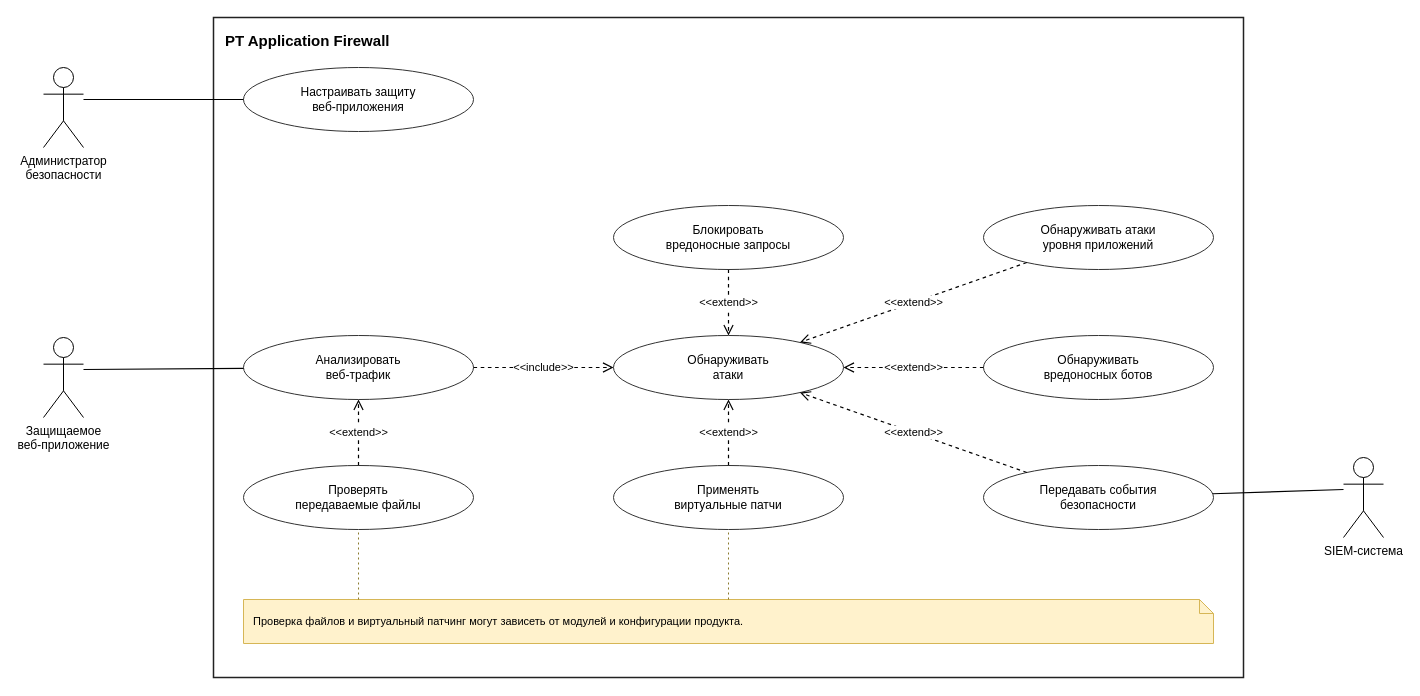
Earlier version of the draw.io diagram page "1 — PT Application Firewall" (1 of 3) of lab3/diagram.drawio (hikaru-kl/software-design-project-firewall). Source tidied: cells renumbered, new cells numbered last; positions are measured from the earlier drawing's top-left corner, leaving out a move shared by most shapes. Both pictures are drawn from the tidied source at 100%, with x=0, y=0 at pixel (43, 17).
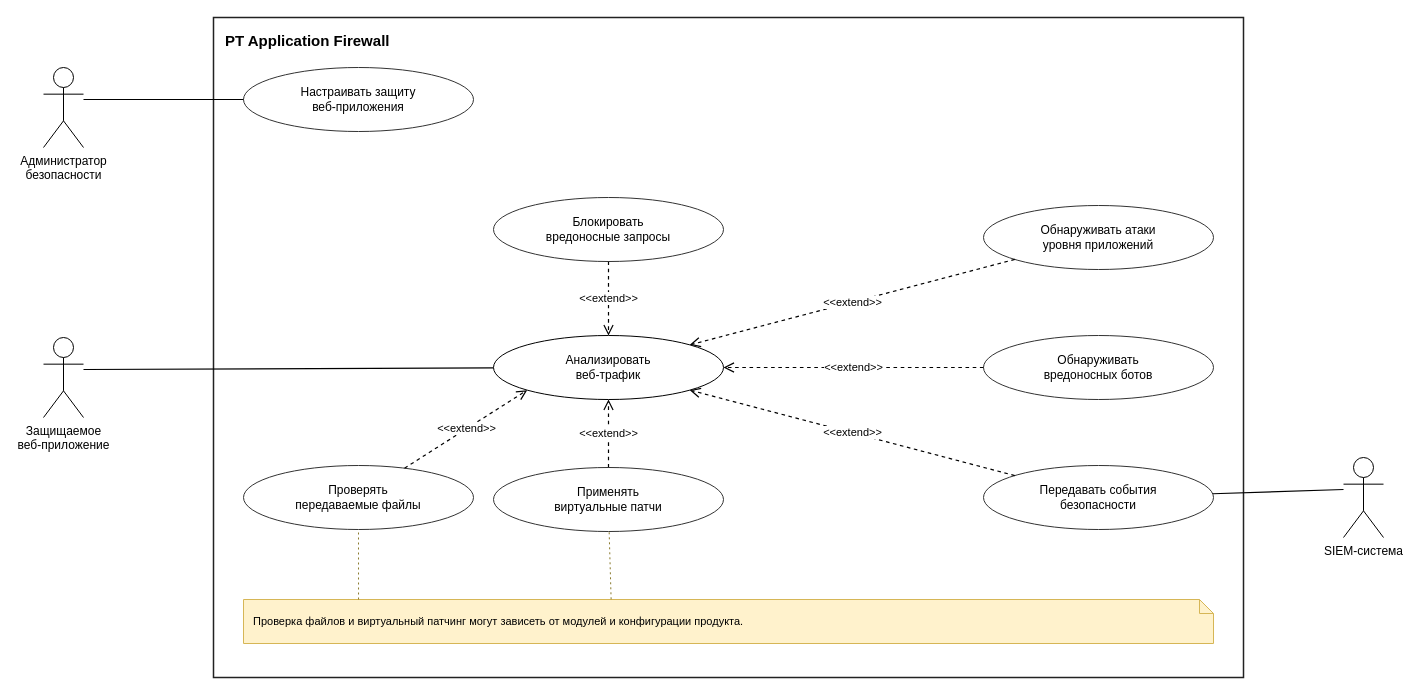
The same diagram, later.

The change refers to these unchanged cells:
```xml
<mxCell id="8" value="Обнаруживать атаки&lt;br&gt;уровня приложений" style="ellipse;whiteSpace=wrap;html=1;fillColor=#ffffff;strokeColor=#333333;fontSize=12;align=center;spacingLeft=8;spacingRight=8;" parent="1" vertex="1">
  <mxGeometry x="940" y="188" width="230" height="64" as="geometry" />
</mxCell>
<mxCell id="11" value="Обнаруживать&lt;br&gt;вредоносных ботов" style="ellipse;whiteSpace=wrap;html=1;fillColor=#ffffff;strokeColor=#333333;fontSize=12;align=center;spacingLeft=8;spacingRight=8;" parent="1" vertex="1">
  <mxGeometry x="940" y="318" width="230" height="64" as="geometry" />
</mxCell>
<mxCell id="12" value="Проверять&lt;br&gt;передаваемые файлы" style="ellipse;whiteSpace=wrap;html=1;fillColor=#ffffff;strokeColor=#333333;fontSize=12;align=center;spacingLeft=8;spacingRight=8;" parent="1" vertex="1">
  <mxGeometry x="200" y="448" width="230" height="64" as="geometry" />
</mxCell>
<mxCell id="14" value="Передавать события&lt;br&gt;безопасности" style="ellipse;whiteSpace=wrap;html=1;fillColor=#ffffff;strokeColor=#333333;fontSize=12;align=center;spacingLeft=8;spacingRight=8;" parent="1" vertex="1">
  <mxGeometry x="940" y="448" width="230" height="64" as="geometry" />
</mxCell>
<mxCell id="15" value="Проверка файлов и виртуальный патчинг могут зависеть от модулей и конфигурации продукта." style="shape=note;whiteSpace=wrap;html=1;size=14;fillColor=#fff2cc;strokeColor=#d6b656;fontSize=11;align=left;spacingLeft=8;spacingRight=8;" parent="1" vertex="1">
  <mxGeometry x="200" y="582" width="970" height="44" as="geometry" />
</mxCell>
```

Diff of the diagram source:
```diff
@@
     <mxCell id="7" value="Блокировать&lt;br&gt;вредоносные запросы" style="ellipse;whiteSpace=wrap;html=1;fillColor=#ffffff;strokeColor=#333333;fontSize=12;align=center;spacingLeft=8;spacingRight=8;" parent="1" vertex="1">
-      <mxGeometry x="570" y="188" width="230" height="64" as="geometry" />
+      <mxGeometry x="450" y="180" width="230" height="64" as="geometry" />
     </mxCell>
@@
-    <mxCell id="9" value="Анализировать&lt;br&gt;веб-трафик" style="ellipse;whiteSpace=wrap;html=1;fillColor=#ffffff;strokeColor=#333333;fontSize=12;align=center;spacingLeft=8;spacingRight=8;" parent="1" vertex="1">
-      <mxGeometry x="200" y="318" width="230" height="64" as="geometry" />
+    <mxCell id="9" value="Анализировать&lt;br&gt;веб-трафик" style="ellipse;whiteSpace=wrap;html=1;fontSize=12;align=center;spacingLeft=8;spacingRight=8;" parent="1" vertex="1">
+      <mxGeometry x="450" y="318" width="230" height="64" as="geometry" />
     </mxCell>
-    <mxCell id="10" value="Обнаруживать&lt;br&gt;атаки" style="ellipse;whiteSpace=wrap;html=1;fillColor=#ffffff;strokeColor=#333333;fontSize=12;align=center;spacingLeft=8;spacingRight=8;" parent="1" vertex="1">
-      <mxGeometry x="570" y="318" width="230" height="64" as="geometry" />
-    </mxCell>
@@
     <mxCell id="13" value="Применять&lt;br&gt;виртуальные патчи" style="ellipse;whiteSpace=wrap;html=1;fillColor=#ffffff;strokeColor=#333333;fontSize=12;align=center;spacingLeft=8;spacingRight=8;" parent="1" vertex="1">
-      <mxGeometry x="570" y="448" width="230" height="64" as="geometry" />
+      <mxGeometry x="450" y="450" width="230" height="64" as="geometry" />
     </mxCell>
@@
-    <mxCell id="19" value="&amp;lt;&amp;lt;include&amp;gt;&amp;gt;" style="rounded=0;html=1;strokeWidth=1.2;dashed=1;endArrow=open;endFill=0;endSize=8;fontSize=11;labelBackgroundColor=#ffffff;" parent="1" edge="1" source="9" target="10">
-      <mxGeometry relative="1" as="geometry" />
-    </mxCell>
-    <mxCell id="20" value="&amp;lt;&amp;lt;extend&amp;gt;&amp;gt;" style="rounded=0;html=1;strokeWidth=1.2;endArrow=open;endFill=0;endSize=8;fontSize=11;labelBackgroundColor=#ffffff;dashed=1;" parent="1" edge="1" source="7" target="10">
+    <mxCell id="20" value="&amp;lt;&amp;lt;extend&amp;gt;&amp;gt;" style="rounded=0;html=1;strokeWidth=1.2;endArrow=open;endFill=0;endSize=8;fontSize=11;labelBackgroundColor=#ffffff;dashed=1;entryX=0.5;entryY=0;entryDx=0;entryDy=0;" parent="1" edge="1" source="7" target="9">
       <mxGeometry relative="1" as="geometry" />
     </mxCell>
-    <mxCell id="21" value="&amp;lt;&amp;lt;extend&amp;gt;&amp;gt;" style="rounded=0;html=1;strokeWidth=1.2;endArrow=open;endFill=0;endSize=8;fontSize=11;labelBackgroundColor=#ffffff;dashed=1;" parent="1" edge="1" source="8" target="10">
+    <mxCell id="21" value="&amp;lt;&amp;lt;extend&amp;gt;&amp;gt;" style="rounded=0;html=1;strokeWidth=1.2;endArrow=open;endFill=0;endSize=8;fontSize=11;labelBackgroundColor=#ffffff;dashed=1;entryX=1;entryY=0;entryDx=0;entryDy=0;" parent="1" edge="1" source="8" target="9">
       <mxGeometry relative="1" as="geometry" />
     </mxCell>
-    <mxCell id="22" value="&amp;lt;&amp;lt;extend&amp;gt;&amp;gt;" style="rounded=0;html=1;strokeWidth=1.2;endArrow=open;endFill=0;endSize=8;fontSize=11;labelBackgroundColor=#ffffff;dashed=1;" parent="1" edge="1" source="11" target="10">
+    <mxCell id="22" value="&amp;lt;&amp;lt;extend&amp;gt;&amp;gt;" style="rounded=0;html=1;strokeWidth=1.2;endArrow=open;endFill=0;endSize=8;fontSize=11;labelBackgroundColor=#ffffff;dashed=1;entryX=1;entryY=0.5;entryDx=0;entryDy=0;" parent="1" edge="1" source="11" target="9">
       <mxGeometry relative="1" as="geometry" />
     </mxCell>
-    <mxCell id="23" value="&amp;lt;&amp;lt;extend&amp;gt;&amp;gt;" style="rounded=0;html=1;strokeWidth=1.2;endArrow=open;endFill=0;endSize=8;fontSize=11;labelBackgroundColor=#ffffff;dashed=1;" parent="1" edge="1" source="13" target="10">
+    <mxCell id="23" value="&amp;lt;&amp;lt;extend&amp;gt;&amp;gt;" style="rounded=0;html=1;strokeWidth=1.2;endArrow=open;endFill=0;endSize=8;fontSize=11;labelBackgroundColor=#ffffff;dashed=1;entryX=0.5;entryY=1;entryDx=0;entryDy=0;" parent="1" edge="1" source="13" target="9">
       <mxGeometry relative="1" as="geometry" />
     </mxCell>
-    <mxCell id="24" value="&amp;lt;&amp;lt;extend&amp;gt;&amp;gt;" style="rounded=0;html=1;strokeWidth=1.2;endArrow=open;endFill=0;endSize=8;fontSize=11;labelBackgroundColor=#ffffff;dashed=1;" parent="1" edge="1" source="14" target="10">
+    <mxCell id="24" value="&amp;lt;&amp;lt;extend&amp;gt;&amp;gt;" style="rounded=0;html=1;strokeWidth=1.2;endArrow=open;endFill=0;endSize=8;fontSize=11;labelBackgroundColor=#ffffff;dashed=1;entryX=1;entryY=1;entryDx=0;entryDy=0;" parent="1" edge="1" source="14" target="9">
       <mxGeometry relative="1" as="geometry" />
     </mxCell>
-    <mxCell id="25" value="&amp;lt;&amp;lt;extend&amp;gt;&amp;gt;" style="rounded=0;html=1;strokeWidth=1.2;endArrow=open;endFill=0;endSize=8;fontSize=11;labelBackgroundColor=#ffffff;dashed=1;" parent="1" edge="1" source="12" target="9">
+    <mxCell id="25" value="&amp;lt;&amp;lt;extend&amp;gt;&amp;gt;" style="rounded=0;html=1;strokeWidth=1.2;endArrow=open;endFill=0;endSize=8;fontSize=11;labelBackgroundColor=#ffffff;dashed=1;entryX=0;entryY=1;entryDx=0;entryDy=0;" parent="1" edge="1" source="12" target="9">
       <mxGeometry relative="1" as="geometry" />
     </mxCell>
@@
-    <mxCell id="27" style="rounded=0;html=1;strokeWidth=1.2;dashed=1;dashPattern=2 3;endArrow=none;strokeColor=#8a7a2e;strokeWidth=1;exitX=0.5000;exitY=0;exitDx=0;exitDy=0;" parent="1" edge="1" source="15" target="13">
+    <mxCell id="27" style="rounded=0;html=1;strokeWidth=1.2;dashed=1;dashPattern=2 3;endArrow=none;strokeColor=#8a7a2e;strokeWidth=1;exitX=0.379;exitY=-0.005;exitDx=0;exitDy=0;exitPerimeter=0;" parent="1" edge="1" source="15" target="13">
       <mxGeometry relative="1" as="geometry" />
     </mxCell>
```
